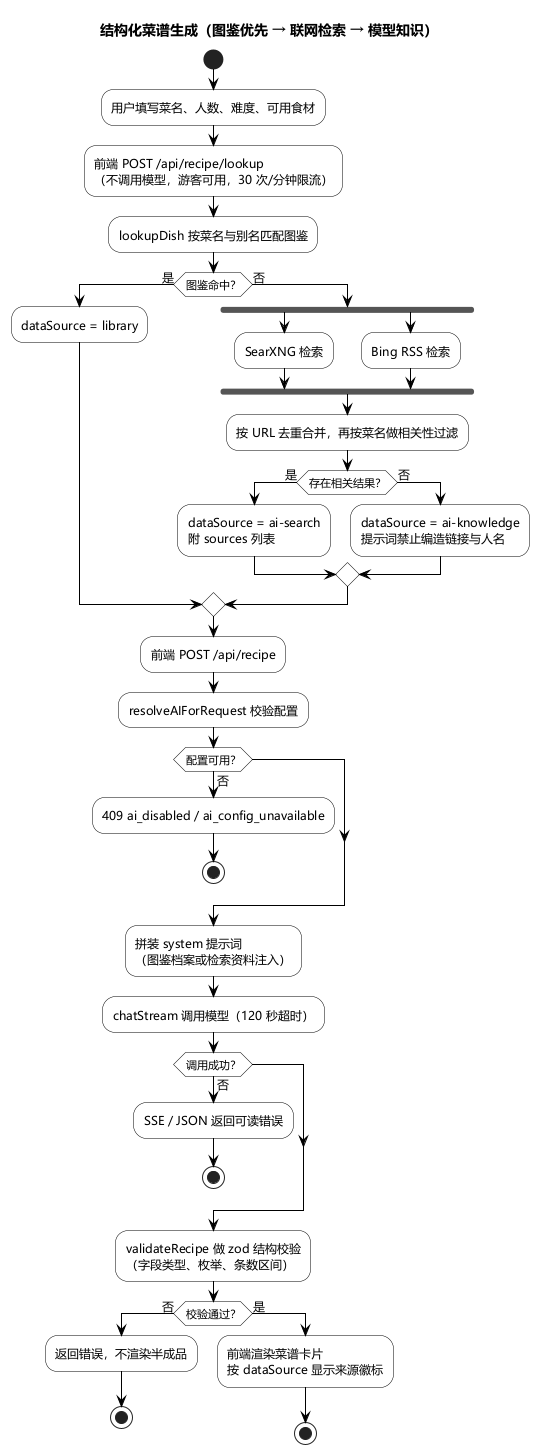
xuxi666/food-soul keeps this PlantUML diagram as docs/diagrams/04-activity.png. Above is the earlier version.
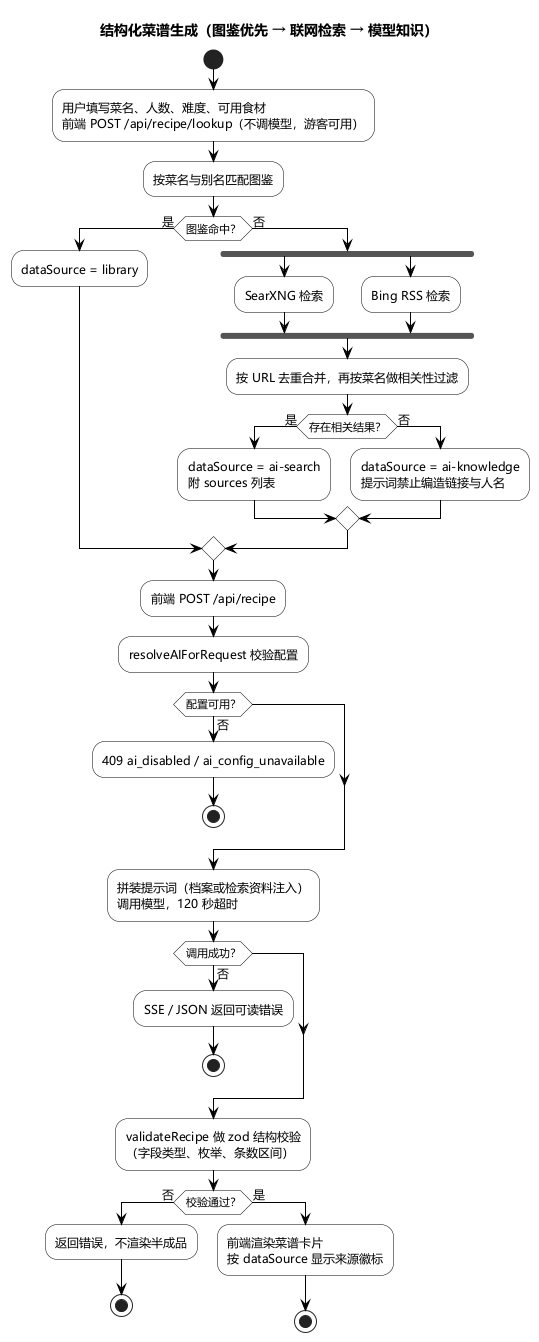
After the change.

Commit message:
docs(diagrams): 新增黑白架构图与模块依赖图

Change to the diagram source:
```diff
@@ -24,9 +24,8 @@
 title 结构化菜谱生成（图鉴优先 → 联网检索 → 模型知识）
 
 start
-:用户填写菜名、人数、难度、可用食材;
-:前端 POST /api/recipe/lookup\n（不调用模型，游客可用，30 次/分钟限流）;
-:lookupDish 按菜名与别名匹配图鉴;
+:用户填写菜名、人数、难度、可用食材\n前端 POST /api/recipe/lookup（不调模型，游客可用）;
+:按菜名与别名匹配图鉴;
 
 if (图鉴命中？) then (是)
   :dataSource = library;
@@ -51,8 +50,7 @@
   stop
 endif
 
-:拼装 system 提示词\n（图鉴档案或检索资料注入）;
-:chatStream 调用模型（120 秒超时）;
+:拼装提示词（档案或检索资料注入）\n调用模型，120 秒超时;
 if (调用成功？) then (否)
   :SSE / JSON 返回可读错误;
   stop
```
